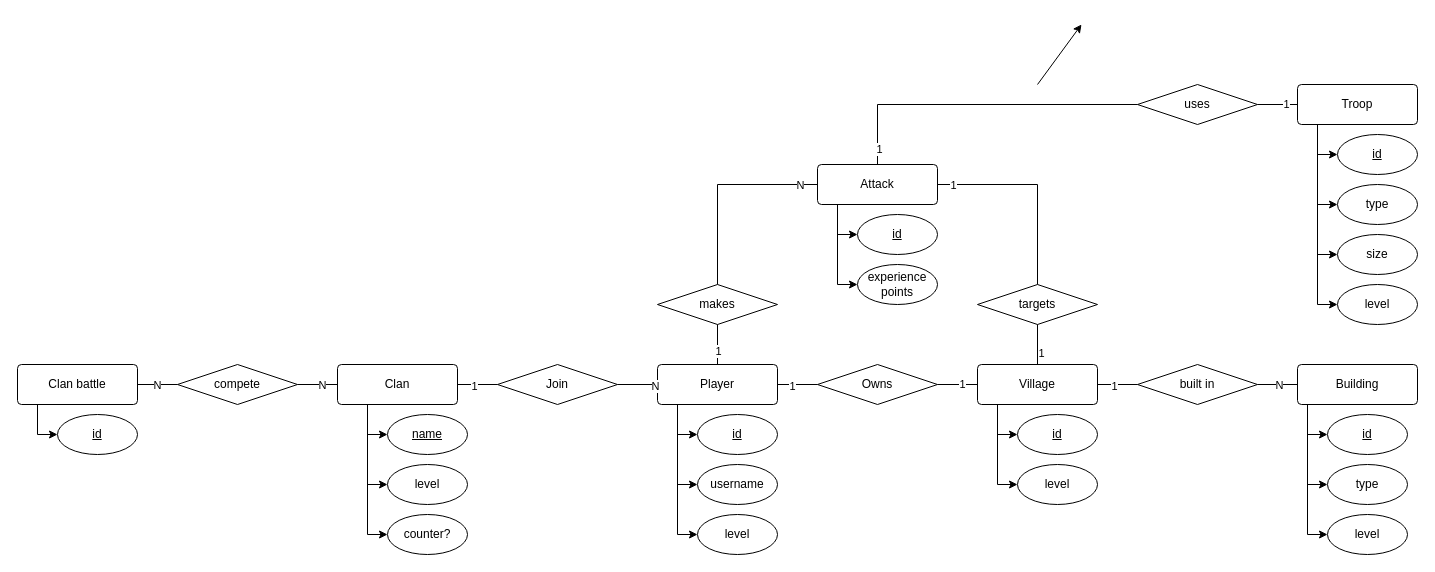
Before: assignment_01/1.drawio in leoforster10010/UdS_BDE, a draw.io diagram. Source tidied: cells renumbered, new cells numbered last; positions are measured from the earlier drawing's top-left corner, leaving out a move shared by most shapes. Both pictures are drawn from the tidied source at 100%, with x=0, y=0 at pixel (17, 24).
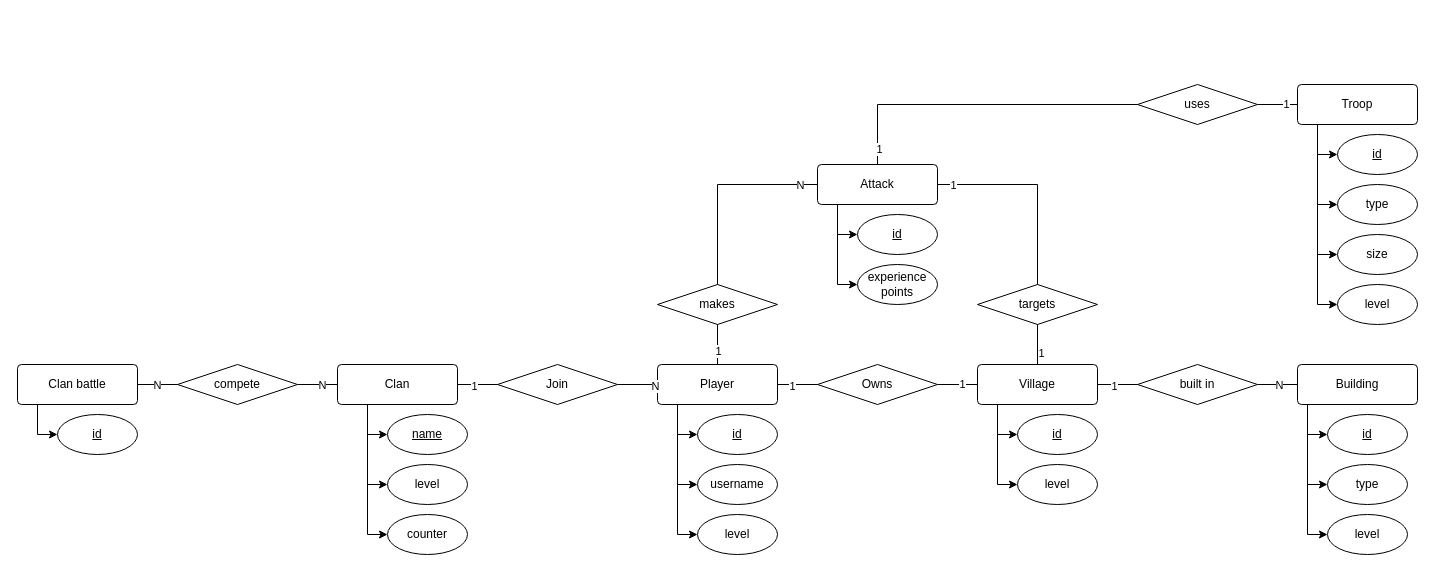
The same page after the edit.

What changed in the source:
```diff
@@
-    <mxCell id="36" value="counter?" style="ellipse;whiteSpace=wrap;html=1;align=center;" parent="1" vertex="1">
+    <mxCell id="36" value="counter" style="ellipse;whiteSpace=wrap;html=1;align=center;" parent="1" vertex="1">
       <mxGeometry x="370" y="490" width="80" height="40" as="geometry" />
     </mxCell>
@@
-    <mxCell id="60" style="endArrow=classic;html=1;rounded=0;exitX=0.5;exitY=0;exitDx=0;exitDy=0;entryX=0.5;entryY=1;entryDx=0;entryDy=0;" parent="1" edge="1">
-      <mxGeometry relative="1" as="geometry">
-        <mxPoint x="1020" y="60" as="sourcePoint" />
-        <mxPoint x="1064" as="targetPoint" />
-      </mxGeometry>
-    </mxCell>
```
